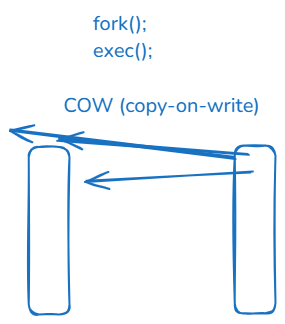
Before: 4_process/4.1.process.excalidraw.png, a diagram exported from Excalidraw (silvercodes/p23_p31_docker). Source tidied: one line per element, renumbered; positions are measured from the earlier drawing's top-left corner, leaving out a move shared by most shapes.
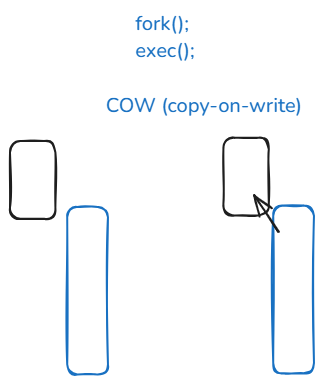
The same diagram one commit later.

The edit, as a diff of the source:
```diff
@@ -1,4 +1,7 @@
-{"id": 0, "type": "text", "text": "fork();\nexec();", "strokeColor": "#1971c2", "strokeWidth": 2, "roughness": 1, "fontSize": 20, "fontFamily": 6, "x": 64, "y": 0, "width": 59, "height": 54}
+{"id": 0, "type": "text", "text": "fork();\nexec();", "strokeColor": "#1971c2", "strokeWidth": 2, "roughness": 1, "fontSize": 20, "fontFamily": 6, "x": 68, "y": -60, "width": 59, "height": 54}
 {"id": 1, "type": "rectangle", "strokeColor": "#1971c2", "strokeWidth": 2, "roughness": 1, "round": true, "x": 0, "y": 137, "width": 41, "height": 168}
 {"id": 2, "type": "rectangle", "strokeColor": "#1971c2", "strokeWidth": 2, "roughness": 1, "round": true, "x": 206, "y": 136, "width": 41, "height": 168}
-{"id": 3, "type": "text", "text": "COW (copy-on-write)", "strokeColor": "#1971c2", "strokeWidth": 2, "roughness": 1, "fontSize": 20, "fontFamily": 6, "x": 35, "y": 82, "width": 196, "height": 27}
+{"id": 3, "type": "text", "text": "COW (copy-on-write)", "strokeColor": "#1971c2", "strokeWidth": 2, "roughness": 1, "fontSize": 20, "fontFamily": 6, "x": 38, "y": 22, "width": 196, "height": 27}
+{"id": 4, "type": "rectangle", "strokeColor": "#1e1e1e", "strokeWidth": 2, "roughness": 1, "round": true, "x": -57, "y": 71, "width": 45, "height": 78}
+{"id": 5, "type": "arrow", "strokeColor": "#1e1e1e", "strokeWidth": 2, "roughness": 1, "endArrowhead": "arrow", "round": true, "from": 2, "to": 6, "x": 211, "y": 161, "width": 24, "height": 36, "points": [[0, 0], [-24, -36]]}
+{"id": 6, "type": "rectangle", "strokeColor": "#1e1e1e", "strokeWidth": 2, "roughness": 1, "round": true, "x": 156, "y": 68, "width": 45, "height": 78}
```
